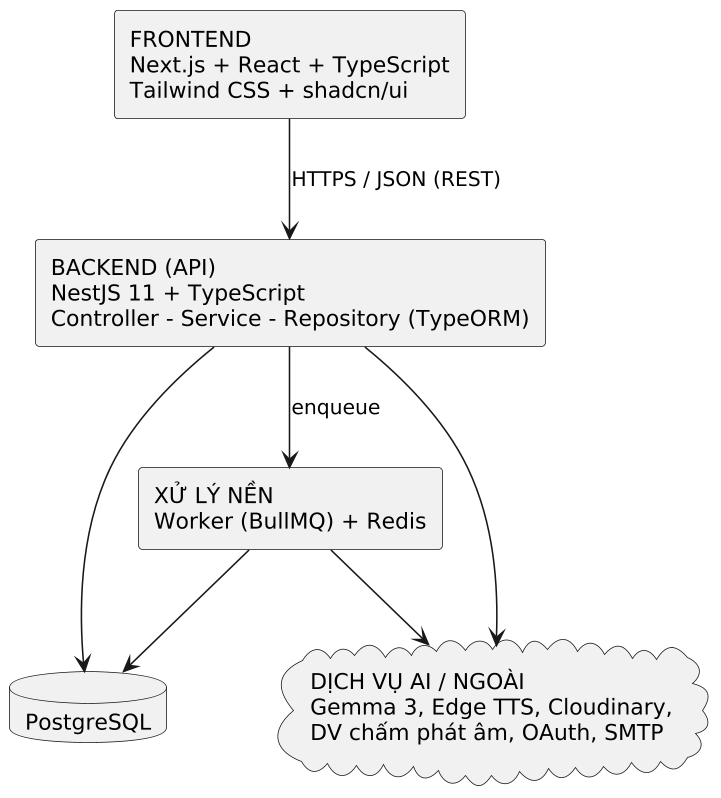
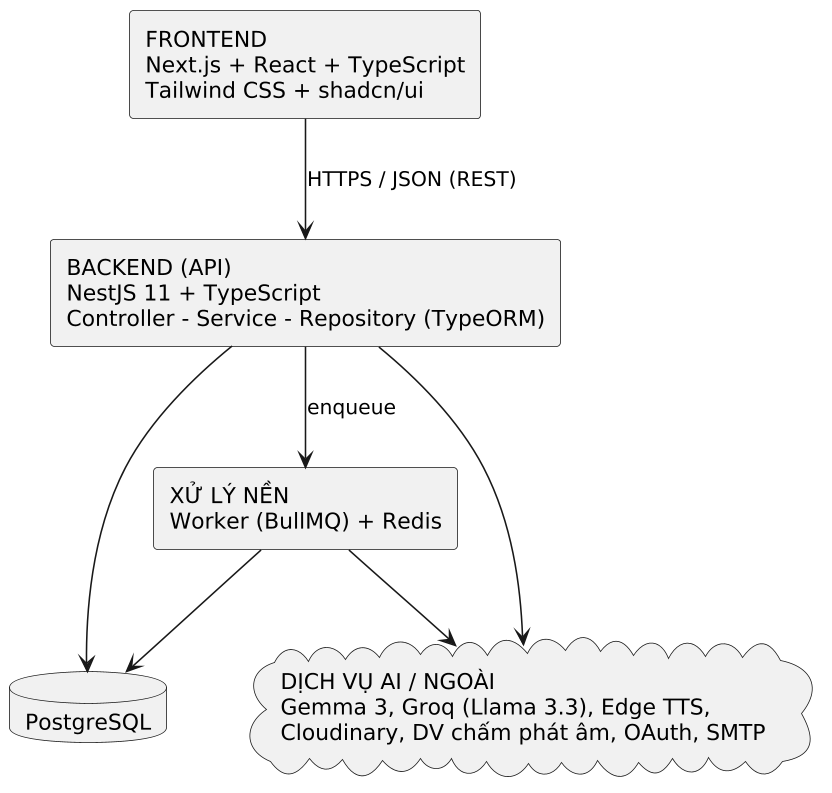
@startuml
' Ngăn xếp công nghệ của hệ thống theo tầng (Hình fig:tech-stack, Chương 3)
skinparam dpi 150
skinparam shadowing false
skinparam defaultFontName "DejaVu Sans"
rectangle "FRONTEND\nNext.js + React + TypeScript\nTailwind CSS + shadcn/ui" as FE
rectangle "BACKEND (API)\nNestJS 11 + TypeScript\nController - Service - Repository (TypeORM)" as BE
rectangle "XỬ LÝ NỀN\nWorker (BullMQ) + Redis" as WK
database "PostgreSQL" as DB
- cloud "DỊCH VỤ AI / NGOÀI\nGemma 3, Edge TTS, Cloudinary,\nDV chấm phát âm, OAuth, SMTP" as EXT
+ cloud "DỊCH VỤ AI / NGOÀI\nGemma 3, Groq (Llama 3.3), Edge TTS,\nCloudinary, DV chấm phát âm, OAuth, SMTP" as EXT
FE --> BE : HTTPS / JSON (REST)
BE --> DB
BE --> WK : enqueue
WK --> DB
WK --> EXT
BE --> EXT
@enduml
